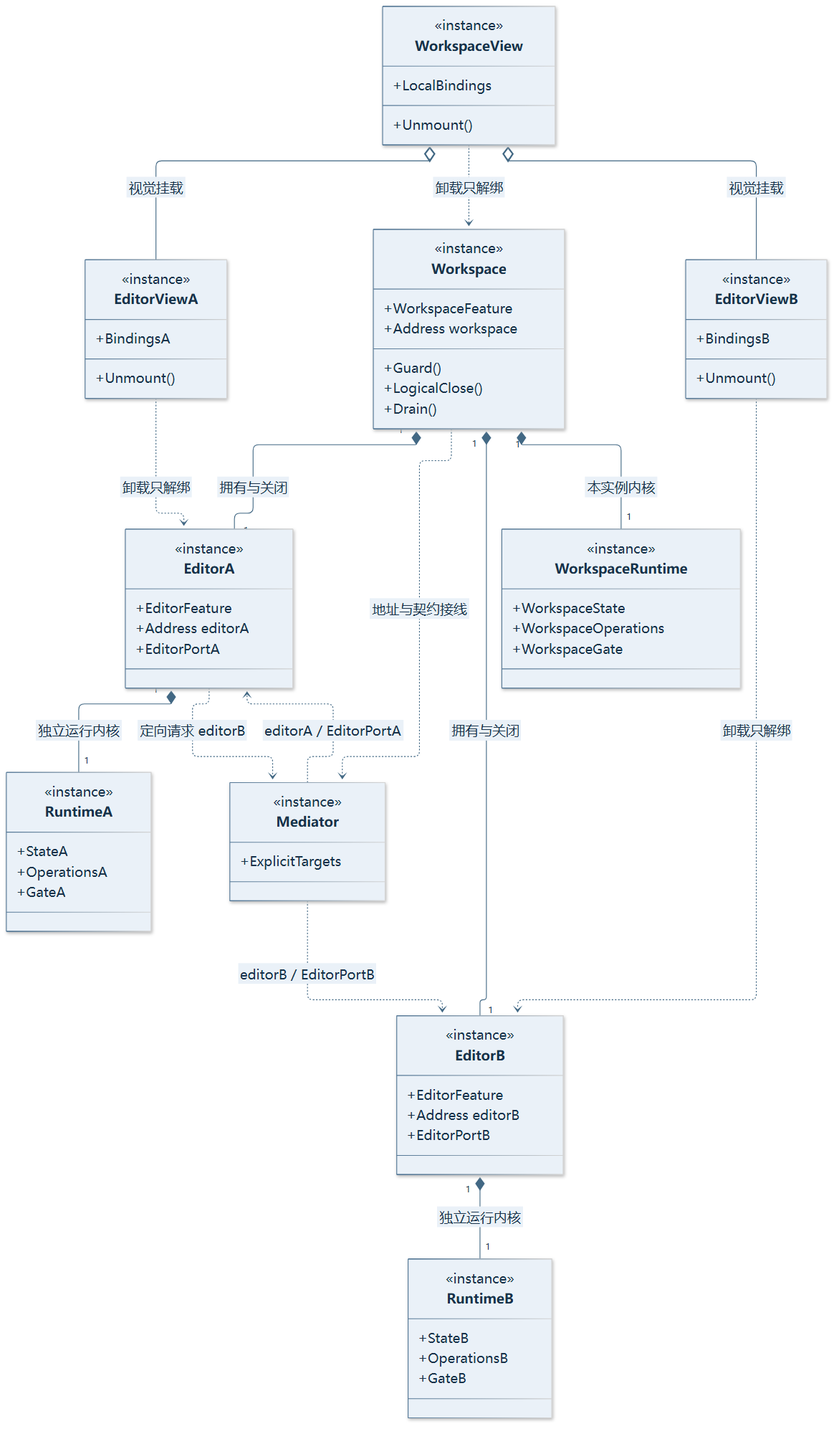
MiKiNuo/MVI keeps this Mermaid diagram as docs/mvi-next/diagrams/composition-instances.png. Above is the earlier version. Its source is kept beside it as docs/mvi-next/diagrams/composition-instances.mmd.
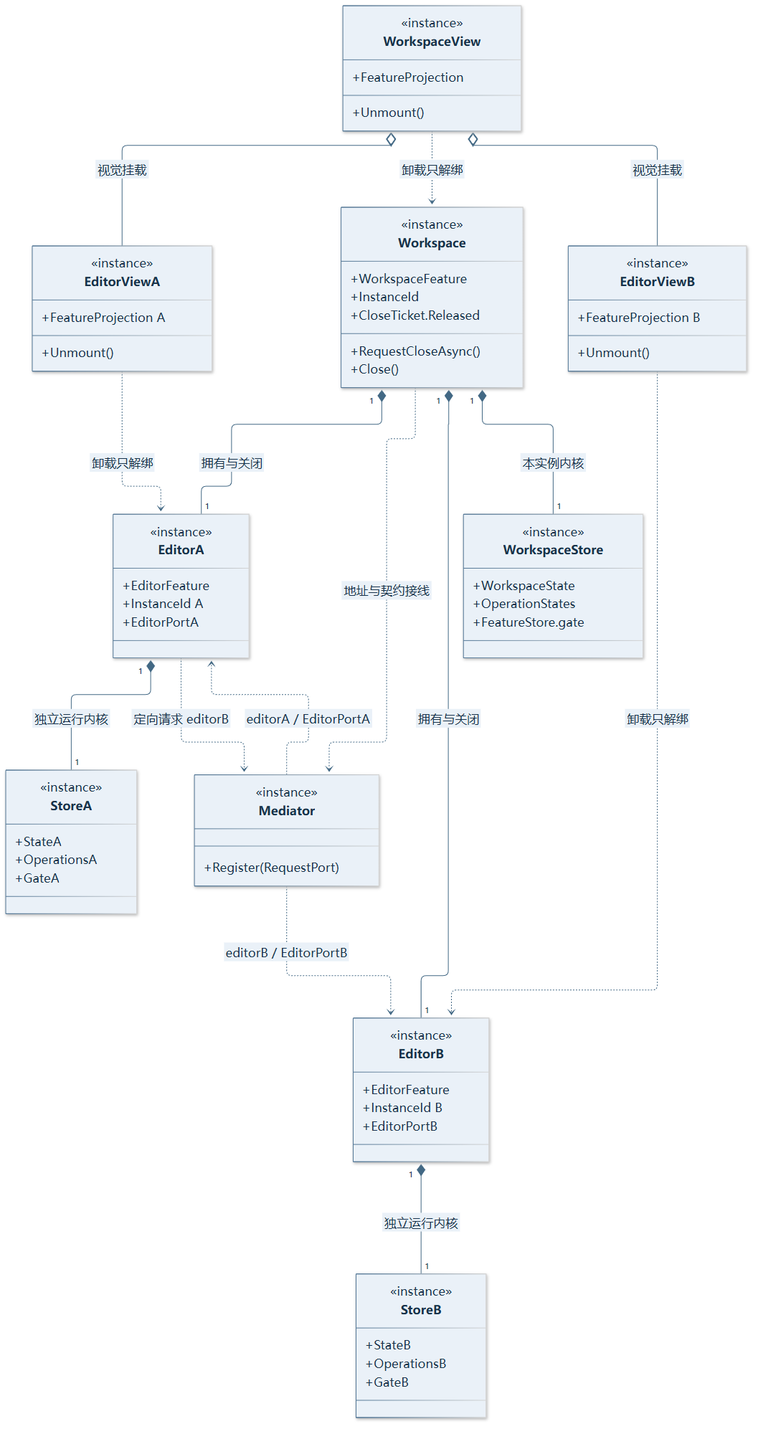
After the commit.

Change to the diagram source:
```diff
@@ -4,29 +4,29 @@
     class Workspace {
         <<instance>>
         +WorkspaceFeature
-        +Address workspace
-        +Guard()
-        +LogicalClose()
-        +Drain()
+        +InstanceId
+        +RequestCloseAsync()
+        +Close()
+        +CloseTicket.Released
     }
-    class WorkspaceRuntime {
+    class WorkspaceStore {
         <<instance>>
         +WorkspaceState
-        +WorkspaceOperations
-        +WorkspaceGate
+        +OperationStates
+        +FeatureStore.gate
     }
     class WorkspaceView {
         <<instance>>
-        +LocalBindings
+        +FeatureProjection
         +Unmount()
     }
     class EditorA {
         <<instance>>
         +EditorFeature
-        +Address editorA
+        +InstanceId A
         +EditorPortA
     }
-    class RuntimeA {
+    class StoreA {
         <<instance>>
         +StateA
         +OperationsA
@@ -34,16 +34,16 @@
     }
     class EditorViewA {
         <<instance>>
-        +BindingsA
+        +FeatureProjection A
         +Unmount()
     }
     class EditorB {
         <<instance>>
         +EditorFeature
-        +Address editorB
+        +InstanceId B
         +EditorPortB
     }
-    class RuntimeB {
+    class StoreB {
         <<instance>>
         +StateB
         +OperationsB
@@ -51,19 +51,19 @@
     }
     class EditorViewB {
         <<instance>>
-        +BindingsB
+        +FeatureProjection B
         +Unmount()
     }
     class Mediator {
         <<instance>>
-        +ExplicitTargets
+        +Register(RequestPort)
     }
 
-    Workspace "1" *-- "1" WorkspaceRuntime : 本实例内核
+    Workspace "1" *-- "1" WorkspaceStore : 本实例内核
     Workspace "1" *-- "1" EditorA : 拥有与关闭
     Workspace "1" *-- "1" EditorB : 拥有与关闭
-    EditorA "1" *-- "1" RuntimeA : 独立运行内核
-    EditorB "1" *-- "1" RuntimeB : 独立运行内核
+    EditorA "1" *-- "1" StoreA : 独立运行内核
+    EditorB "1" *-- "1" StoreB : 独立运行内核
     WorkspaceView ..> Workspace : 卸载只解绑
     WorkspaceView o-- EditorViewA : 视觉挂载
     WorkspaceView o-- EditorViewB : 视觉挂载
```
